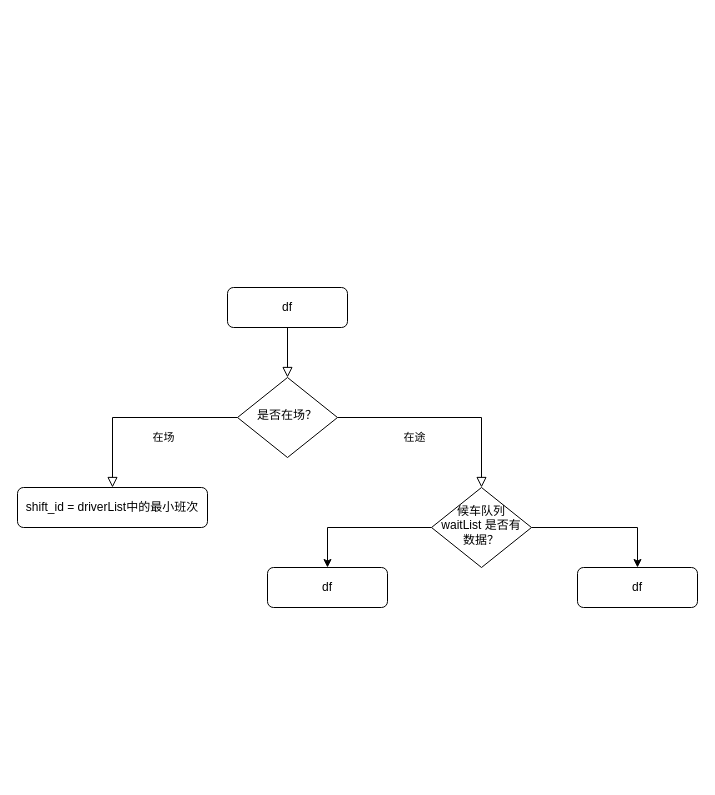
alwayChina/draw keeps this draw.io diagram as Untitled Diagram.drawio. Above is the earlier version. Source tidied: cells renumbered, new cells numbered last; positions are measured from the earlier drawing's top-left corner, leaving out a move shared by most shapes. Both pictures are drawn from the tidied source at 100%, with x=0, y=0 at pixel (17, 287).
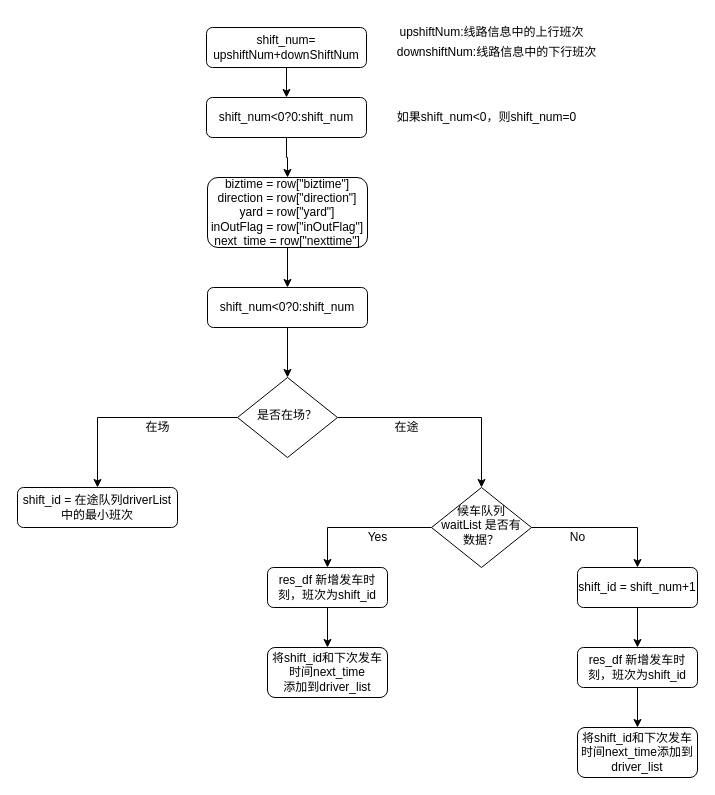
Above is the later version.

Unchanged cells that the change refers to:
```xml
<mxCell id="6" value="是否在场？" style="rhombus;whiteSpace=wrap;html=1;shadow=0;fontFamily=Helvetica;fontSize=12;align=center;strokeWidth=1;spacing=6;spacingTop=-4;" parent="1" vertex="1">
  <mxGeometry x="220" y="90" width="100" height="80" as="geometry" />
</mxCell>
<mxCell id="10" value="候车队列 waitList 是否有数据？" style="rhombus;whiteSpace=wrap;html=1;shadow=0;fontFamily=Helvetica;fontSize=12;align=center;strokeWidth=1;spacing=6;spacingTop=-4;" parent="1" vertex="1">
  <mxGeometry x="414" y="200" width="100" height="80" as="geometry" />
</mxCell>
```

Change to the diagram source:
```diff
@@
-    <mxCell id="2" style="rounded=0;html=1;jettySize=auto;fontSize=11;endArrow=block;endFill=0;endSize=8;strokeWidth=1;shadow=0;labelBackgroundColor=none;edgeStyle=orthogonalEdgeStyle;" parent="1" edge="1" source="3" target="6">
+    <mxCell id="2" style="edgeStyle=orthogonalEdgeStyle;rounded=0;jettySize=auto;html=1;exitX=0.5;exitY=1;exitDx=0;exitDy=0;entryX=0.5;entryY=0;entryDx=0;entryDy=0;" parent="1" edge="1" source="3" target="6">
       <mxGeometry relative="1" as="geometry" />
     </mxCell>
-    <mxCell id="3" value="df" style="rounded=1;whiteSpace=wrap;html=1;fontSize=12;glass=0;strokeWidth=1;shadow=0;" parent="1" vertex="1">
-      <mxGeometry x="210" width="120" height="40" as="geometry" />
+    <mxCell id="3" value="shift_num&amp;lt;0?0:shift_num" style="rounded=1;whiteSpace=wrap;html=1;fontSize=12;glass=0;strokeWidth=1;shadow=0;" parent="1" vertex="1">
+      <mxGeometry x="190" width="160" height="40" as="geometry" />
     </mxCell>
-    <mxCell id="4" value="在场" style="rounded=0;html=1;jettySize=auto;fontSize=11;endArrow=block;endFill=0;endSize=8;strokeWidth=1;shadow=0;labelBackgroundColor=none;edgeStyle=orthogonalEdgeStyle;entryX=0.5;entryY=0;entryDx=0;entryDy=0;" parent="1" edge="1" source="6" target="7">
-      <mxGeometry x="-0.24" y="20" relative="1" as="geometry">
-        <Array as="points">
-          <mxPoint x="95" y="130" />
-        </Array>
-      </mxGeometry>
-    </mxCell>
-    <mxCell id="5" value="在途" style="edgeStyle=orthogonalEdgeStyle;rounded=0;html=1;jettySize=auto;fontSize=11;endArrow=block;endFill=0;endSize=8;strokeWidth=1;shadow=0;labelBackgroundColor=none;entryX=0.5;entryY=0;entryDx=0;entryDy=0;" parent="1" edge="1" source="6" target="10">
-      <mxGeometry x="-0.28" y="-20" relative="1" as="geometry" />
-    </mxCell>
+    <mxCell id="13" style="edgeStyle=orthogonalEdgeStyle;rounded=0;jettySize=auto;html=1;exitX=0;exitY=0.5;exitDx=0;exitDy=0;" parent="1" edge="1" source="6" target="7">
+      <mxGeometry relative="1" as="geometry" />
+    </mxCell>
+    <mxCell id="14" style="edgeStyle=orthogonalEdgeStyle;rounded=0;jettySize=auto;html=1;exitX=1;exitY=0.5;exitDx=0;exitDy=0;" parent="1" edge="1" source="6" target="10">
+      <mxGeometry relative="1" as="geometry" />
+    </mxCell>
@@
-    <mxCell id="7" value="shift_id = driverList中的最小班次" style="rounded=1;whiteSpace=wrap;html=1;fontSize=12;glass=0;strokeWidth=1;shadow=0;" parent="1" vertex="1">
-      <mxGeometry y="200" width="190" height="40" as="geometry" />
+    <mxCell id="7" value="shift_id = 在途队列driverList中的最小班次" style="rounded=1;whiteSpace=wrap;html=1;fontSize=12;glass=0;strokeWidth=1;shadow=0;" parent="1" vertex="1">
+      <mxGeometry y="200" width="160" height="40" as="geometry" />
     </mxCell>
@@
+    <mxCell id="15" style="edgeStyle=orthogonalEdgeStyle;rounded=0;jettySize=auto;html=1;" parent="1" edge="1" source="11" target="19">
+      <mxGeometry relative="1" as="geometry" />
+    </mxCell>
-    <mxCell id="11" value="df" style="rounded=1;whiteSpace=wrap;html=1;fontSize=12;glass=0;strokeWidth=1;shadow=0;" parent="1" vertex="1">
+    <mxCell id="11" value="res_df 新增发车时刻，班次为shift_id" style="rounded=1;whiteSpace=wrap;html=1;fontSize=12;glass=0;strokeWidth=1;shadow=0;" parent="1" vertex="1">
       <mxGeometry x="250" y="280" width="120" height="40" as="geometry" />
     </mxCell>
+    <mxCell id="16" style="edgeStyle=orthogonalEdgeStyle;rounded=0;jettySize=auto;html=1;exitX=0.5;exitY=1;exitDx=0;exitDy=0;entryX=0.5;entryY=0;entryDx=0;entryDy=0;" parent="1" edge="1" source="12" target="23">
+      <mxGeometry relative="1" as="geometry" />
+    </mxCell>
-    <mxCell id="12" value="df" style="rounded=1;whiteSpace=wrap;html=1;fontSize=12;glass=0;strokeWidth=1;shadow=0;" parent="1" vertex="1">
+    <mxCell id="12" value="shift_id = shift_num+1" style="rounded=1;whiteSpace=wrap;html=1;fontSize=12;glass=0;strokeWidth=1;shadow=0;" parent="1" vertex="1">
       <mxGeometry x="560" y="280" width="120" height="40" as="geometry" />
     </mxCell>
+    <mxCell id="4" value="在场" style="text;html=1;align=center;verticalAlign=middle;strokeColor=none;fillColor=none;" parent="1" vertex="1">
+      <mxGeometry x="115" y="125" width="50" height="30" as="geometry" />
+    </mxCell>
+    <mxCell id="5" value="在途" style="text;html=1;align=center;verticalAlign=middle;strokeColor=none;fillColor=none;" parent="1" vertex="1">
+      <mxGeometry x="364" y="125" width="50" height="30" as="geometry" />
+    </mxCell>
+    <mxCell id="17" value="Yes" style="text;html=1;align=center;verticalAlign=middle;strokeColor=none;fillColor=none;" parent="1" vertex="1">
+      <mxGeometry x="340" y="235" width="40" height="30" as="geometry" />
+    </mxCell>
+    <mxCell id="18" value="No" style="text;html=1;align=center;verticalAlign=middle;strokeColor=none;fillColor=none;" parent="1" vertex="1">
+      <mxGeometry x="540" y="235" width="40" height="30" as="geometry" />
+    </mxCell>
+    <mxCell id="19" value="将shift_id和下次发车时间next_time&lt;br&gt;添加到driver_list" style="whiteSpace=wrap;html=1;rounded=1;glass=0;strokeWidth=1;shadow=0;" parent="1" vertex="1">
+      <mxGeometry x="250" y="360" width="120" height="50" as="geometry" />
+    </mxCell>
+    <mxCell id="20" style="edgeStyle=orthogonalEdgeStyle;rounded=0;jettySize=auto;html=1;exitX=0.5;exitY=1;exitDx=0;exitDy=0;entryX=0.5;entryY=0;entryDx=0;entryDy=0;" parent="1" edge="1" source="21" target="3">
+      <mxGeometry relative="1" as="geometry" />
+    </mxCell>
+    <mxCell id="21" value="&lt;div&gt;biztime = row[&quot;biztime&quot;]&lt;/div&gt;&lt;div&gt;direction = row[&quot;direction&quot;]&lt;/div&gt;&lt;div&gt;yard = row[&quot;yard&quot;]&lt;/div&gt;&lt;div&gt;inOutFlag = row[&quot;inOutFlag&quot;]&lt;/div&gt;&lt;div&gt;next_time = row[&quot;nexttime&quot;]&lt;/div&gt;" style="rounded=1;whiteSpace=wrap;html=1;fontSize=12;glass=0;strokeWidth=1;shadow=0;" parent="1" vertex="1">
+      <mxGeometry x="190" y="-110" width="160" height="70" as="geometry" />
+    </mxCell>
+    <mxCell id="22" style="edgeStyle=orthogonalEdgeStyle;rounded=0;jettySize=auto;html=1;" parent="1" edge="1" source="23" target="24">
+      <mxGeometry relative="1" as="geometry" />
+    </mxCell>
+    <mxCell id="23" value="res_df 新增发车时刻，班次为shift_id" style="rounded=1;whiteSpace=wrap;html=1;fontSize=12;glass=0;strokeWidth=1;shadow=0;" parent="1" vertex="1">
+      <mxGeometry x="560" y="360" width="120" height="40" as="geometry" />
+    </mxCell>
+    <mxCell id="24" value="将shift_id和下次发车时间next_time添加到driver_list" style="whiteSpace=wrap;html=1;rounded=1;glass=0;strokeWidth=1;shadow=0;" parent="1" vertex="1">
+      <mxGeometry x="560" y="440" width="120" height="50" as="geometry" />
+    </mxCell>
+    <mxCell id="25" style="edgeStyle=orthogonalEdgeStyle;rounded=0;jettySize=auto;html=1;exitX=0.5;exitY=1;exitDx=0;exitDy=0;" parent="1" edge="1" source="26" target="21">
+      <mxGeometry relative="1" as="geometry" />
+    </mxCell>
+    <mxCell id="26" value="shift_num&amp;lt;0?0:shift_num" style="rounded=1;whiteSpace=wrap;html=1;fontSize=12;glass=0;strokeWidth=1;shadow=0;" parent="1" vertex="1">
+      <mxGeometry x="189" y="-190" width="160" height="40" as="geometry" />
+    </mxCell>
+    <mxCell id="27" value="&lt;span style=&quot;&quot;&gt;upshiftNum:线路信息中的上行班次&lt;/span&gt;" style="text;html=1;align=center;verticalAlign=middle;strokeColor=none;fillColor=none;" parent="1" vertex="1">
+      <mxGeometry x="369" y="-270" width="210" height="30" as="geometry" />
+    </mxCell>
+    <mxCell id="28" value="&lt;span style=&quot;&quot;&gt;downshiftNum:线路信息中的下行班次&lt;/span&gt;" style="text;html=1;align=center;verticalAlign=middle;strokeColor=none;fillColor=none;" parent="1" vertex="1">
+      <mxGeometry x="369" y="-250" width="220" height="30" as="geometry" />
+    </mxCell>
+    <mxCell id="29" style="edgeStyle=orthogonalEdgeStyle;rounded=0;jettySize=auto;html=1;exitX=0.5;exitY=1;exitDx=0;exitDy=0;entryX=0.5;entryY=0;entryDx=0;entryDy=0;" parent="1" edge="1" source="30" target="26">
+      <mxGeometry relative="1" as="geometry" />
+    </mxCell>
+    <mxCell id="30" value="shift_num= upshiftNum+downShiftNum" style="rounded=1;whiteSpace=wrap;html=1;fontSize=12;glass=0;strokeWidth=1;shadow=0;" parent="1" vertex="1">
+      <mxGeometry x="189" y="-260" width="160" height="40" as="geometry" />
+    </mxCell>
+    <mxCell id="31" value="如果shift_num&amp;lt;0，则shift_num=0" style="text;html=1;align=center;verticalAlign=middle;strokeColor=none;fillColor=none;" parent="1" vertex="1">
+      <mxGeometry x="369" y="-185" width="200" height="30" as="geometry" />
+    </mxCell>
```
